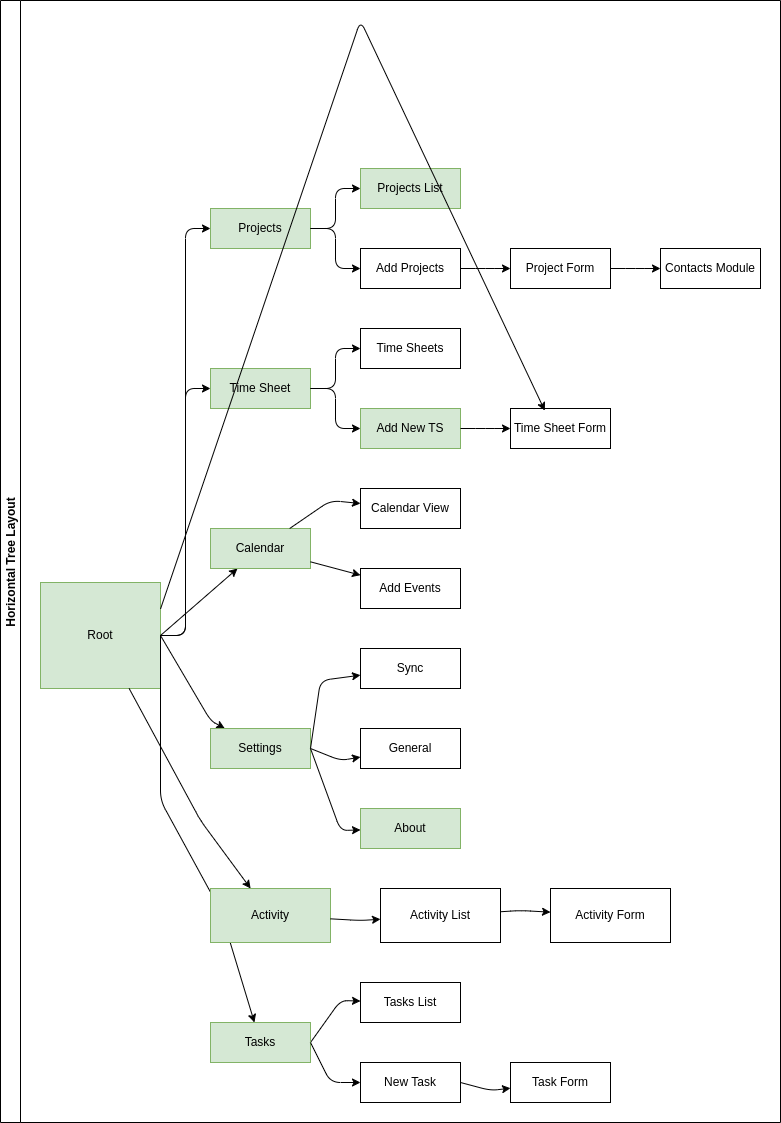
This is qml/time.drawio.png from suraj-yadav0/timemanagement, a draw.io export, as it was before one commit. Source tidied: cells renumbered, new cells last; positions are measured from the earlier drawing's top-left corner, leaving out a move shared by most shapes.
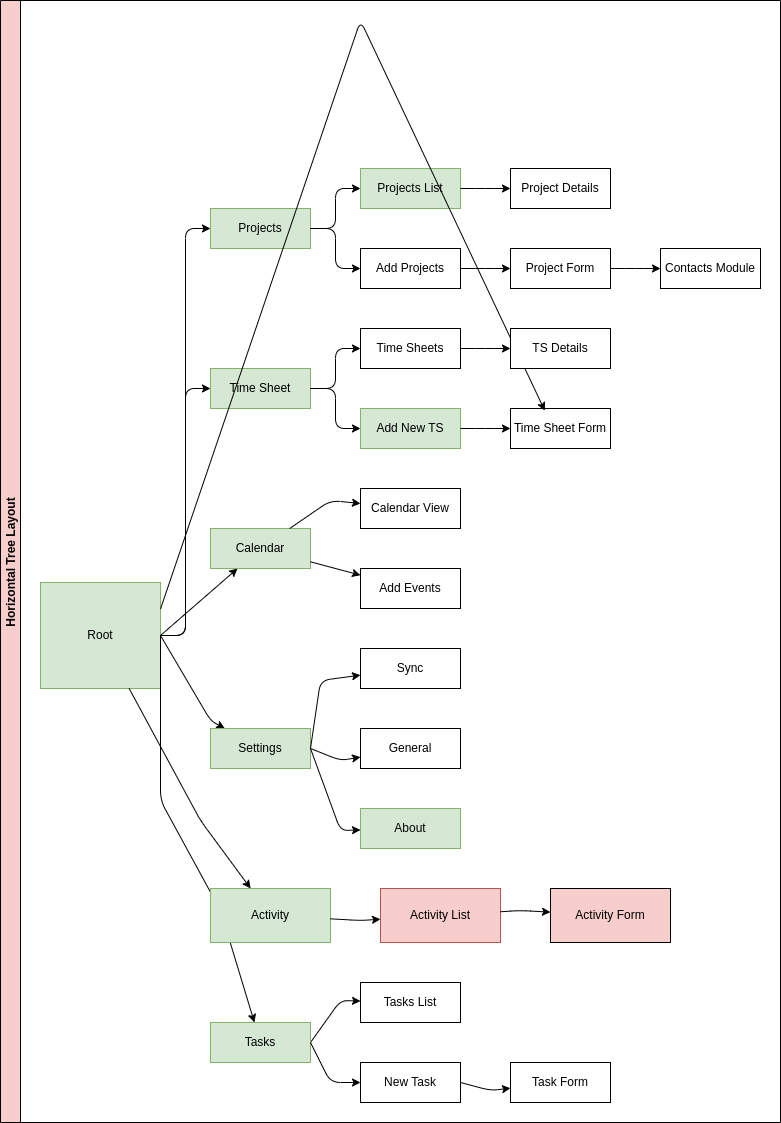
The same file after the commit.

What changed in the source:
```diff
@@ -2,7 +2,7 @@
   <root>
     <mxCell id="0" />
     <mxCell id="1" parent="0" />
-    <mxCell id="2" value="Horizontal Tree Layout" style="swimlane;startSize=20;horizontal=0;horizontalTree=1;sortEdges=1;containerType=tree;fontSize=12;gradientColor=none;swimlaneFillColor=none;" parent="1" vertex="1">
+    <mxCell id="2" value="Horizontal Tree Layout" style="swimlane;startSize=20;horizontal=0;horizontalTree=1;sortEdges=1;containerType=tree;fontSize=12;swimlaneFillColor=none;fillColor=#f8cecc;strokeColor=default;" parent="1" vertex="1">
       <mxGeometry width="780" height="1122" as="geometry" />
     </mxCell>
     <mxCell id="3" value="Root" style="whiteSpace=wrap;html=1;fillColor=#d5e8d4;strokeColor=#82b366;" parent="2" vertex="1">
@@ -183,7 +183,7 @@
         </Array>
       </mxGeometry>
     </mxCell>
-    <mxCell id="46" value="Activity List" style="whiteSpace=wrap;html=1;" parent="2" vertex="1">
+    <mxCell id="46" value="Activity List" style="whiteSpace=wrap;html=1;fillColor=#f8cecc;strokeColor=#b85450;" parent="2" vertex="1">
       <mxGeometry x="380" y="888" width="120" height="54" as="geometry" />
     </mxCell>
     <mxCell id="47" style="edgeStyle=none;html=1;" parent="2" edge="1" source="46" target="48">
@@ -193,7 +193,7 @@
         </Array>
       </mxGeometry>
     </mxCell>
-    <mxCell id="48" value="Activity Form" style="whiteSpace=wrap;html=1;" parent="2" vertex="1">
+    <mxCell id="48" value="Activity Form" style="whiteSpace=wrap;html=1;fillColor=#f8cecc;strokeColor=default;" parent="2" vertex="1">
       <mxGeometry x="550" y="888" width="120" height="54" as="geometry" />
     </mxCell>
     <mxCell id="49" style="edgeStyle=elbowEdgeStyle;elbow=horizontal;html=1;rounded=1;curved=0;sourcePerimeterSpacing=0;targetPerimeterSpacing=0;startSize=6;endSize=6;" parent="2" edge="1" source="27" target="50">
@@ -202,5 +202,17 @@
     <mxCell id="50" value="Contacts Module" style="whiteSpace=wrap;html=1;" parent="2" vertex="1">
       <mxGeometry x="660" y="248" width="100" height="40" as="geometry" />
     </mxCell>
+    <mxCell id="51" style="edgeStyle=elbowEdgeStyle;elbow=horizontal;html=1;rounded=1;curved=0;sourcePerimeterSpacing=0;targetPerimeterSpacing=0;startSize=6;endSize=6;" parent="2" edge="1" source="15" target="52">
+      <mxGeometry relative="1" as="geometry" />
+    </mxCell>
+    <mxCell id="52" value="Project Details" style="whiteSpace=wrap;html=1;" parent="2" vertex="1">
+      <mxGeometry x="510" y="168" width="100" height="40" as="geometry" />
+    </mxCell>
+    <mxCell id="53" style="edgeStyle=elbowEdgeStyle;elbow=horizontal;html=1;rounded=1;curved=0;sourcePerimeterSpacing=0;targetPerimeterSpacing=0;startSize=6;endSize=6;" parent="2" edge="1" source="19" target="54">
+      <mxGeometry relative="1" as="geometry" />
+    </mxCell>
+    <mxCell id="54" value="TS Details" style="whiteSpace=wrap;html=1;" parent="2" vertex="1">
+      <mxGeometry x="510" y="328" width="100" height="40" as="geometry" />
+    </mxCell>
   </root>
 </mxGraphModel>
```
